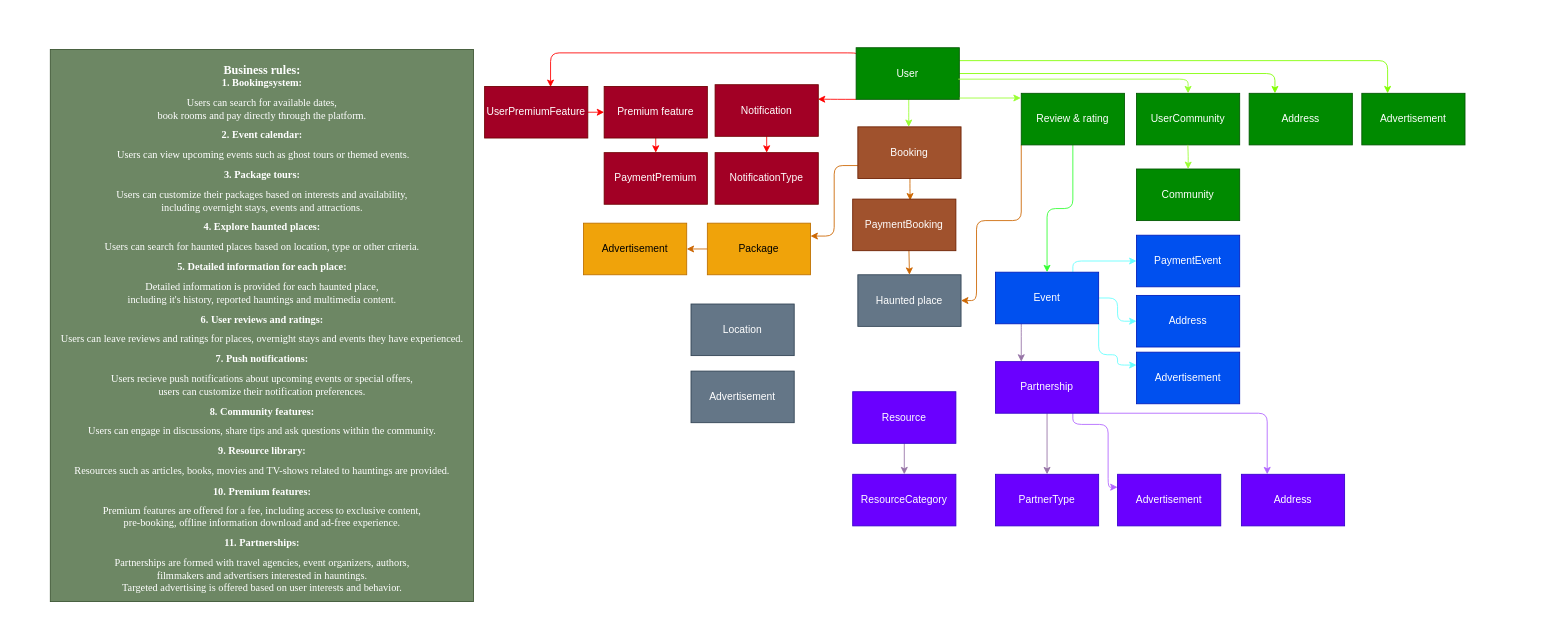
Above: page "konceptuell" (1 of 2) of PhantomFestivities.drawio in KristoferFangrat/ExamAssignment (draw.io), before the change. Source tidied: cells renumbered, new cells numbered last; positions are measured from the earlier drawing's top-left corner, leaving out a move shared by most shapes. Both pictures are drawn from the tidied source at 86%, with x=0, y=0 at pixel (50, 47).
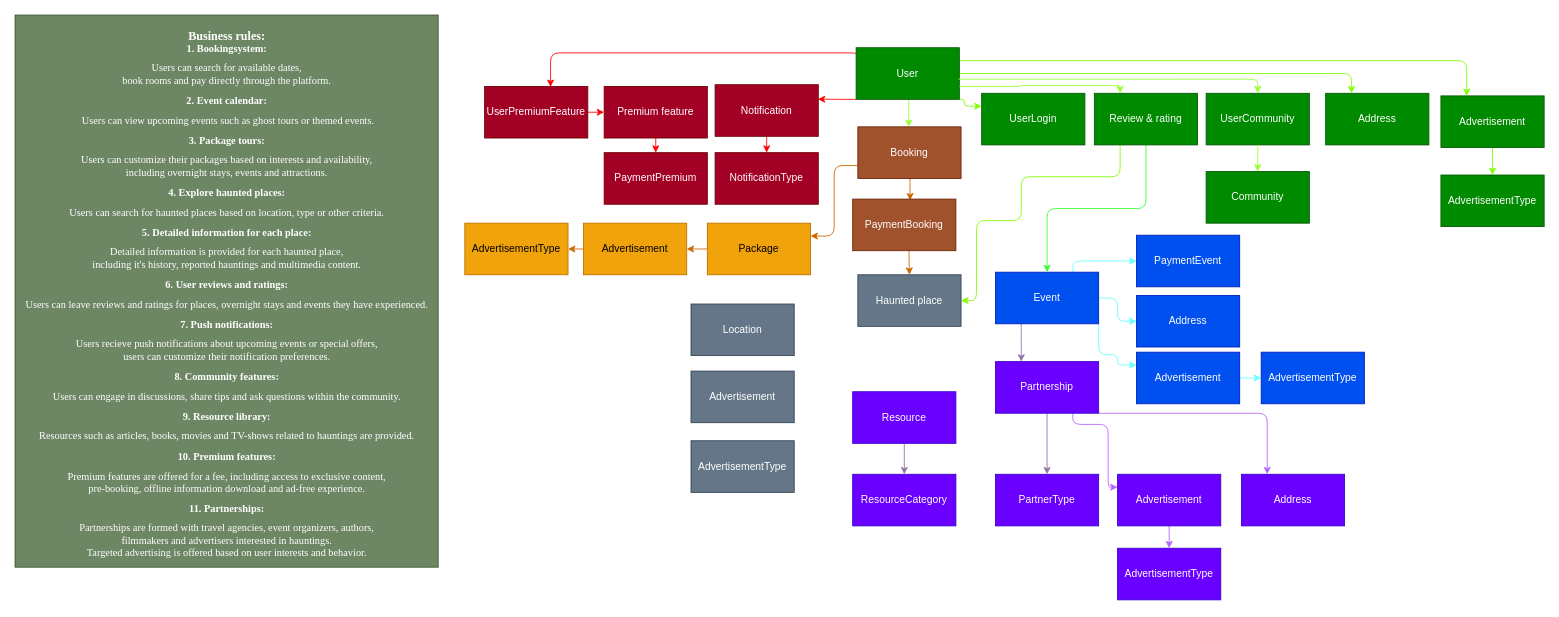
The same diagram, later.

Commit message:
Update PhantomFestivities.drawio with new edge styles and fonts

Unchanged cells that the change refers to:
```xml
<mxCell id="7" value="User" style="rounded=0;whiteSpace=wrap;html=1;fillColor=#008a00;strokeColor=#005700;fontColor=#ffffff;" parent="1" vertex="1">
  <mxGeometry x="937" width="120" height="60" as="geometry" />
</mxCell>
<mxCell id="18" value="Haunted place" style="rounded=0;whiteSpace=wrap;html=1;fillColor=#647687;strokeColor=#314354;fontColor=#ffffff;" parent="1" vertex="1">
  <mxGeometry x="939" y="264" width="120" height="60" as="geometry" />
</mxCell>
<mxCell id="53" value="Advertisement" style="rounded=0;whiteSpace=wrap;html=1;fillColor=#6a00ff;strokeColor=#3700CC;fontColor=#ffffff;gradientDirection=south;" parent="1" vertex="1">
  <mxGeometry x="1241" y="496" width="120" height="60" as="geometry" />
</mxCell>
<mxCell id="56" value="Advertisement" style="rounded=0;whiteSpace=wrap;html=1;fillColor=#0050ef;strokeColor=#001DBC;fontColor=#ffffff;" parent="1" vertex="1">
  <mxGeometry x="1263" y="354" width="120" height="60" as="geometry" />
</mxCell>
<mxCell id="58" value="Advertisement" style="rounded=0;whiteSpace=wrap;html=1;fillColor=#647687;strokeColor=#314354;fontColor=#ffffff;" parent="1" vertex="1">
  <mxGeometry x="745" y="376" width="120" height="60" as="geometry" />
</mxCell>
<mxCell id="59" value="Advertisement" style="rounded=0;whiteSpace=wrap;html=1;fillColor=#f0a30a;strokeColor=#BD7000;fontColor=#000000;" parent="1" vertex="1">
  <mxGeometry x="620" y="204" width="120" height="60" as="geometry" />
</mxCell>
```

What changed in the source:
```diff
@@
+    <mxCell id="60" style="edgeStyle=orthogonalEdgeStyle;rounded=1;sketch=0;hachureGap=4;jiggle=2;curveFitting=1;html=1;exitX=1;exitY=1;exitDx=0;exitDy=0;entryX=0;entryY=0.25;entryDx=0;entryDy=0;strokeColor=#80FF00;fontFamily=Architects Daughter;fontSize=16;" parent="1" edge="1" source="7" target="70">
+      <mxGeometry relative="1" as="geometry">
+        <Array as="points">
+          <mxPoint x="1063" y="60" />
+          <mxPoint x="1063" y="68" />
+        </Array>
+      </mxGeometry>
+    </mxCell>
@@
     <mxCell id="11" value="Community" style="rounded=0;whiteSpace=wrap;html=1;fillColor=#008a00;strokeColor=#005700;fontColor=#ffffff;" parent="1" vertex="1">
-      <mxGeometry x="1263" y="141" width="120" height="60" as="geometry" />
+      <mxGeometry x="1344" y="144" width="120" height="60" as="geometry" />
     </mxCell>
@@
     <mxCell id="30" value="&lt;h3 style=&quot;line-height: 0%;&quot;&gt;&lt;font face=&quot;Times New Roman&quot;&gt;Business rules:&lt;/font&gt;&lt;/h3&gt;&lt;h4 style=&quot;line-height: 0%;&quot;&gt;&lt;font face=&quot;Times New Roman&quot;&gt;1. Bookingsystem: &lt;/font&gt;&lt;/h4&gt;&lt;font face=&quot;Times New Roman&quot;&gt;Users can search for available dates, &lt;br&gt;book rooms and pay directly through the platform.&lt;br&gt;&lt;/font&gt;&lt;h4 style=&quot;line-height: 0%;&quot;&gt;&lt;font face=&quot;Times New Roman&quot;&gt;2. Event calendar:&lt;/font&gt;&lt;/h4&gt;&lt;font face=&quot;Times New Roman&quot;&gt;&amp;nbsp;Users can view upcoming events such as ghost tours or themed events.&lt;br&gt;&lt;/font&gt;&lt;h4 style=&quot;line-height: 0%;&quot;&gt;&lt;font face=&quot;Times New Roman&quot;&gt;3. Package tours: &lt;/font&gt;&lt;/h4&gt;&lt;font face=&quot;Times New Roman&quot;&gt;Users can customize their packages based on interests and availability,&lt;br&gt;including overnight stays, events and attractions.&lt;br&gt;&lt;/font&gt;&lt;h4 style=&quot;line-height: 0%;&quot;&gt;&lt;font face=&quot;Times New Roman&quot;&gt;4. Explore haunted places: &lt;/font&gt;&lt;/h4&gt;&lt;font face=&quot;Times New Roman&quot;&gt;Users can search for haunted places based on location, type or other criteria.&lt;br&gt;&lt;/font&gt;&lt;h4 style=&quot;line-height: 0%;&quot;&gt;&lt;font face=&quot;Times New Roman&quot;&gt;5. Detailed information for each place:&lt;/font&gt;&lt;/h4&gt;&lt;font face=&quot;Times New Roman&quot;&gt;Detailed information is provided for each haunted place, &lt;br&gt;including it's history, reported hauntings and multimedia content.&lt;br&gt;&lt;/font&gt;&lt;h4 style=&quot;line-height: 0%;&quot;&gt;&lt;font face=&quot;Times New Roman&quot;&gt;6. User reviews and ratings:&lt;/font&gt;&lt;/h4&gt;&lt;font face=&quot;Times New Roman&quot;&gt;Users can leave reviews and ratings for places, overnight stays and events they have experienced.&lt;br&gt;&lt;/font&gt;&lt;h4 style=&quot;line-height: 0%;&quot;&gt;&lt;font face=&quot;Times New Roman&quot;&gt;7. Push notifications: &lt;/font&gt;&lt;/h4&gt;&lt;font face=&quot;Times New Roman&quot;&gt;Users recieve push notifications about upcoming events or special offers,&lt;br&gt;users can customize their notification preferences.&lt;br&gt;&lt;/font&gt;&lt;h4 style=&quot;line-height: 0%;&quot;&gt;&lt;font face=&quot;Times New Roman&quot;&gt;8. Community features: &lt;/font&gt;&lt;/h4&gt;&lt;font face=&quot;Times New Roman&quot;&gt;Users can engage in discussions, share tips and ask questions within the community.&lt;br&gt;&lt;/font&gt;&lt;h4 style=&quot;line-height: 0%;&quot;&gt;&lt;font face=&quot;Times New Roman&quot;&gt;9. Resource library: &lt;/font&gt;&lt;/h4&gt;&lt;font face=&quot;Times New Roman&quot;&gt;Resources such as articles, books, movies and TV-shows related to hauntings are provided.&lt;br&gt;&lt;/font&gt;&lt;h4 style=&quot;line-height: 0%;&quot;&gt;&lt;font face=&quot;Times New Roman&quot;&gt;10. Premium features: &lt;/font&gt;&lt;/h4&gt;&lt;font face=&quot;Times New Roman&quot;&gt;Premium features are offered for a fee, including access to exclusive content,&lt;br&gt;pre-booking, offline information download and ad-free experience.&lt;br&gt;&lt;/font&gt;&lt;h4 style=&quot;line-height: 0%;&quot;&gt;&lt;font face=&quot;Times New Roman&quot;&gt;11. Partnerships:&lt;/font&gt;&lt;/h4&gt;&lt;font face=&quot;Times New Roman&quot;&gt;Partnerships are formed with travel agencies, event organizers, authors, &lt;br&gt;filmmakers and advertisers interested in hauntings.&lt;br&gt;Targeted advertising is offered based on user interests and behavior.&lt;/font&gt;" style="text;html=1;align=center;verticalAlign=middle;strokeColor=#3A5431;fillColor=#6d8764;strokeWidth=1;spacing=5;fontColor=#ffffff;" parent="1" vertex="1">
-      <mxGeometry y="2" width="492" height="642" as="geometry" />
+      <mxGeometry x="-41" y="-38" width="492" height="642" as="geometry" />
     </mxCell>
@@
-    <mxCell id="33" style="edgeStyle=orthogonalEdgeStyle;rounded=1;html=1;exitX=0;exitY=1;exitDx=0;exitDy=0;entryX=1;entryY=0.5;entryDx=0;entryDy=0;fillColor=#fff2cc;strokeColor=#CC6600;" parent="1" edge="1" source="35" target="18">
+    <mxCell id="33" style="edgeStyle=orthogonalEdgeStyle;rounded=1;html=1;exitX=0.25;exitY=1;exitDx=0;exitDy=0;entryX=1;entryY=0.5;entryDx=0;entryDy=0;fillColor=#fff2cc;strokeColor=#80FF00;" parent="1" edge="1" source="35" target="18">
       <mxGeometry relative="1" as="geometry">
         <Array as="points">
+          <mxPoint x="1244" y="150" />
+          <mxPoint x="1129" y="150" />
           <mxPoint x="1129" y="201" />
           <mxPoint x="1077" y="201" />
           <mxPoint x="1077" y="294" />
         </Array>
       </mxGeometry>
     </mxCell>
@@
     <mxCell id="35" value="Review &amp;amp; rating" style="rounded=0;whiteSpace=wrap;html=1;fillColor=#008a00;strokeColor=#005700;fontColor=#ffffff;" parent="1" vertex="1">
-      <mxGeometry x="1129" y="53" width="120" height="60" as="geometry" />
+      <mxGeometry x="1214" y="53" width="120" height="60" as="geometry" />
     </mxCell>
@@
     <mxCell id="39" value="UserCommunity" style="rounded=0;whiteSpace=wrap;html=1;fillColor=#008a00;strokeColor=#005700;fontColor=#ffffff;" parent="1" vertex="1">
-      <mxGeometry x="1263" y="53" width="120" height="60" as="geometry" />
+      <mxGeometry x="1344" y="53" width="120" height="60" as="geometry" />
     </mxCell>
@@
-    <mxCell id="48" style="edgeStyle=orthogonalEdgeStyle;rounded=1;html=1;exitX=0.5;exitY=1;exitDx=0;exitDy=0;fillColor=#60a917;strokeColor=#99FF33;entryX=0.5;entryY=0;entryDx=0;entryDy=0;" parent="1" edge="1" target="11">
-      <mxGeometry relative="1" as="geometry">
-        <mxPoint x="1322.7" y="113" as="sourcePoint" />
-      </mxGeometry>
+    <mxCell id="48" style="edgeStyle=orthogonalEdgeStyle;rounded=1;html=1;exitX=0.5;exitY=1;exitDx=0;exitDy=0;fillColor=#60a917;strokeColor=#99FF33;entryX=0.5;entryY=0;entryDx=0;entryDy=0;" parent="1" edge="1" source="39" target="11">
+      <mxGeometry relative="1" as="geometry" />
     </mxCell>
-    <mxCell id="49" style="edgeStyle=orthogonalEdgeStyle;rounded=1;html=1;fillColor=#60a917;strokeColor=#99FF33;entryX=-0.005;entryY=0.091;entryDx=0;entryDy=0;entryPerimeter=0;" parent="1" edge="1" target="35">
+    <mxCell id="49" style="edgeStyle=orthogonalEdgeStyle;rounded=1;html=1;fillColor=#60a917;strokeColor=#99FF33;entryX=0.25;entryY=0;entryDx=0;entryDy=0;exitX=1;exitY=0.75;exitDx=0;exitDy=0;" parent="1" edge="1" source="7" target="35">
       <mxGeometry relative="1" as="geometry">
-        <mxPoint x="1057" y="59" as="sourcePoint" />
         <Array as="points">
-          <mxPoint x="1128" y="59" />
+          <mxPoint x="1128" y="45" />
+          <mxPoint x="1244" y="44" />
         </Array>
       </mxGeometry>
     </mxCell>
@@
     <mxCell id="51" value="Address" style="rounded=0;whiteSpace=wrap;html=1;fillColor=#008a00;strokeColor=#005700;fontColor=#ffffff;" parent="1" vertex="1">
-      <mxGeometry x="1394" y="53" width="120" height="60" as="geometry" />
+      <mxGeometry x="1483" y="53" width="120" height="60" as="geometry" />
     </mxCell>
+    <mxCell id="61" style="edgeStyle=orthogonalEdgeStyle;rounded=1;sketch=0;hachureGap=4;jiggle=2;curveFitting=1;html=1;exitX=0.5;exitY=1;exitDx=0;exitDy=0;entryX=0.5;entryY=0;entryDx=0;entryDy=0;strokeColor=#80FF00;fontFamily=Architects Daughter;fontSize=16;" parent="1" edge="1" source="52" target="69">
+      <mxGeometry relative="1" as="geometry" />
+    </mxCell>
     <mxCell id="52" value="Advertisement" style="rounded=0;whiteSpace=wrap;html=1;fillColor=#008a00;strokeColor=#005700;fontColor=#ffffff;" parent="1" vertex="1">
-      <mxGeometry x="1525" y="53" width="120" height="60" as="geometry" />
+      <mxGeometry x="1617" y="56" width="120" height="60" as="geometry" />
     </mxCell>
+    <mxCell id="62" style="edgeStyle=orthogonalEdgeStyle;rounded=1;sketch=0;hachureGap=4;jiggle=2;curveFitting=1;html=1;exitX=0.5;exitY=1;exitDx=0;exitDy=0;strokeColor=#B266FF;fontFamily=Architects Daughter;fontSize=16;" parent="1" edge="1" source="53" target="71">
+      <mxGeometry relative="1" as="geometry" />
+    </mxCell>
@@
+    <mxCell id="63" style="edgeStyle=orthogonalEdgeStyle;rounded=1;sketch=0;hachureGap=4;jiggle=2;curveFitting=1;html=1;exitX=1;exitY=0.5;exitDx=0;exitDy=0;entryX=0;entryY=0.5;entryDx=0;entryDy=0;strokeColor=#66FFFF;fontFamily=Architects Daughter;fontSize=16;" parent="1" edge="1" source="56" target="68">
+      <mxGeometry relative="1" as="geometry" />
+    </mxCell>
@@
+    <mxCell id="64" style="edgeStyle=orthogonalEdgeStyle;rounded=1;sketch=0;hachureGap=4;jiggle=2;curveFitting=1;html=1;exitX=0.5;exitY=1;exitDx=0;exitDy=0;entryX=0.5;entryY=0;entryDx=0;entryDy=0;strokeColor=#FFFFFF;fontFamily=Architects Daughter;fontSize=16;" parent="1" edge="1" source="58" target="67">
+      <mxGeometry relative="1" as="geometry" />
+    </mxCell>
@@
+    <mxCell id="65" style="edgeStyle=orthogonalEdgeStyle;rounded=1;sketch=0;hachureGap=4;jiggle=2;curveFitting=1;html=1;exitX=0;exitY=0.5;exitDx=0;exitDy=0;entryX=1;entryY=0.5;entryDx=0;entryDy=0;strokeColor=#CC6600;fontFamily=Architects Daughter;fontSize=16;" parent="1" edge="1" source="59" target="66">
+      <mxGeometry relative="1" as="geometry" />
+    </mxCell>
@@
+    <mxCell id="66" value="AdvertisementType" style="rounded=0;whiteSpace=wrap;html=1;fillColor=#f0a30a;strokeColor=#BD7000;fontColor=#000000;" parent="1" vertex="1">
+      <mxGeometry x="482" y="204" width="120" height="60" as="geometry" />
+    </mxCell>
+    <mxCell id="67" value="AdvertisementType" style="rounded=0;whiteSpace=wrap;html=1;fillColor=#647687;strokeColor=#314354;fontColor=#ffffff;" parent="1" vertex="1">
+      <mxGeometry x="745" y="457" width="120" height="60" as="geometry" />
+    </mxCell>
+    <mxCell id="68" value="AdvertisementType" style="rounded=0;whiteSpace=wrap;html=1;fillColor=#0050ef;strokeColor=#001DBC;fontColor=#ffffff;" parent="1" vertex="1">
+      <mxGeometry x="1408" y="354" width="120" height="60" as="geometry" />
+    </mxCell>
+    <mxCell id="69" value="AdvertisementType" style="rounded=0;whiteSpace=wrap;html=1;fillColor=#008a00;strokeColor=#005700;fontColor=#ffffff;" parent="1" vertex="1">
+      <mxGeometry x="1617" y="148" width="120" height="60" as="geometry" />
+    </mxCell>
+    <mxCell id="70" value="UserLogin" style="rounded=0;whiteSpace=wrap;html=1;fillColor=#008a00;strokeColor=#005700;fontColor=#ffffff;" parent="1" vertex="1">
+      <mxGeometry x="1083" y="53" width="120" height="60" as="geometry" />
+    </mxCell>
+    <mxCell id="71" value="AdvertisementType" style="rounded=0;whiteSpace=wrap;html=1;fillColor=#6a00ff;strokeColor=#3700CC;fontColor=#ffffff;gradientDirection=south;" parent="1" vertex="1">
+      <mxGeometry x="1241" y="582" width="120" height="60" as="geometry" />
+    </mxCell>
```
